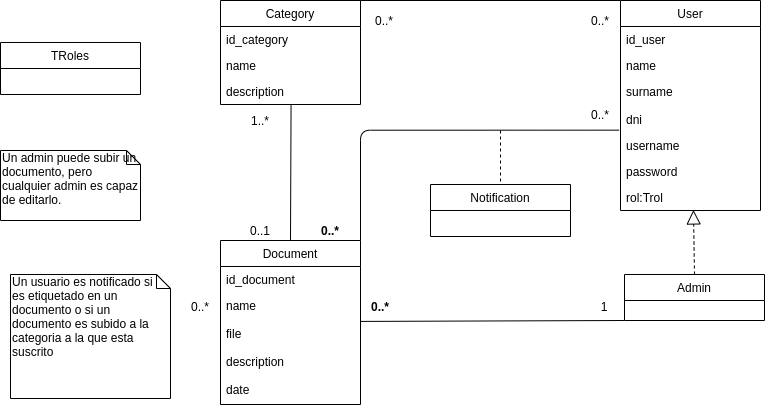
Before: images/Diagrama_clases.png, a diagram exported from draw.io (se-unrc/notifications). Source tidied: cells renumbered, new cells last; positions are measured from the earlier drawing's top-left corner, leaving out a move shared by most shapes.
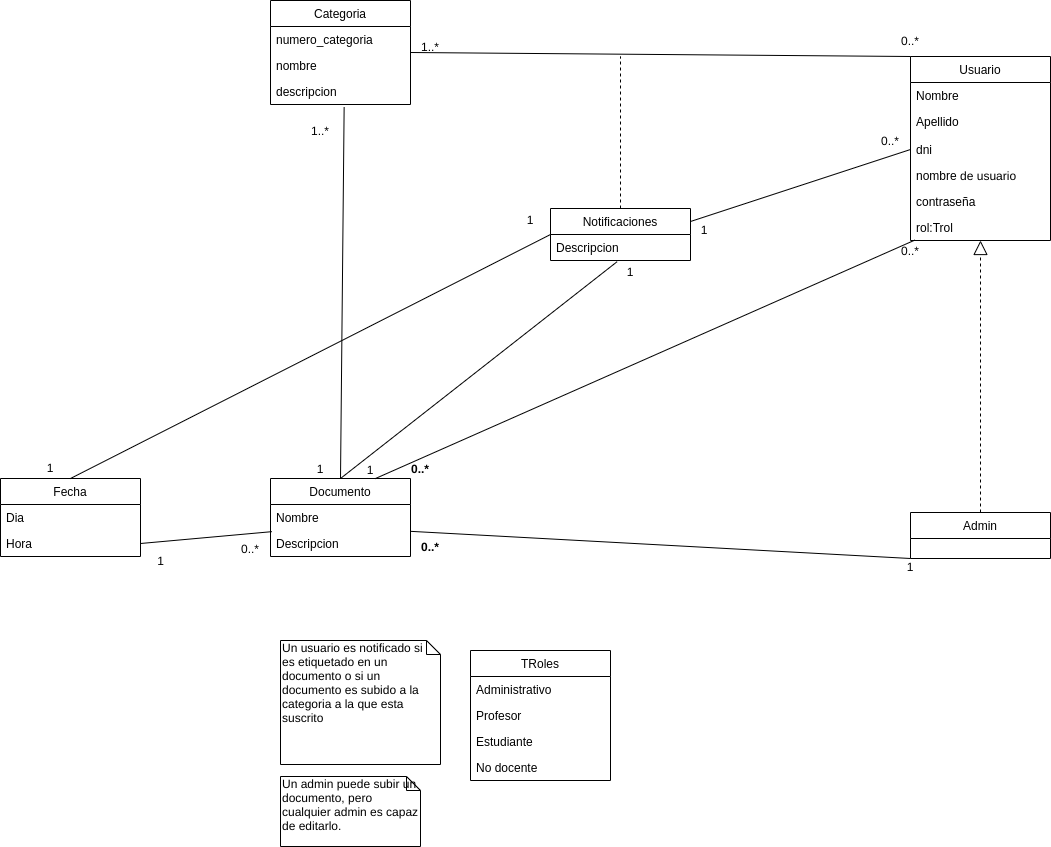
The same diagram one commit later.

What changed in the source:
```diff
@@ -2,128 +2,166 @@
   <root>
     <mxCell id="0" />
     <mxCell id="1" parent="0" />
-    <mxCell id="2" value="Document" style="swimlane;fontStyle=0;horizontal=1;startSize=26;fillColor=none;" parent="1" vertex="1">
-      <mxGeometry x="220" y="240" width="140" height="164" as="geometry" />
-    </mxCell>
-    <mxCell id="3" value="id_document" style="text;strokeColor=none;fillColor=none;align=left;verticalAlign=top;spacingLeft=4;spacingRight=4;overflow=hidden;points=[[0,0.5],[1,0.5]];portConstraint=eastwest;" parent="2" vertex="1">
-      <mxGeometry y="26" width="140" height="26" as="geometry" />
-    </mxCell>
-    <mxCell id="4" value="name" style="text;strokeColor=none;fillColor=none;align=left;verticalAlign=top;spacingLeft=4;spacingRight=4;overflow=hidden;points=[[0,0.5],[1,0.5]];portConstraint=eastwest;" parent="2" vertex="1">
-      <mxGeometry y="52" width="140" height="28" as="geometry" />
-    </mxCell>
-    <mxCell id="5" value="file" style="text;strokeColor=none;fillColor=none;align=left;verticalAlign=top;spacingLeft=4;spacingRight=4;overflow=hidden;" parent="2" vertex="1">
-      <mxGeometry y="80" width="140" height="28" as="geometry" />
-    </mxCell>
-    <mxCell id="6" value="description" style="text;strokeColor=none;fillColor=none;align=left;verticalAlign=top;spacingLeft=4;spacingRight=4;overflow=hidden;" parent="2" vertex="1">
-      <mxGeometry y="108" width="140" height="28" as="geometry" />
-    </mxCell>
-    <mxCell id="7" value="date" style="text;strokeColor=none;fillColor=none;align=left;verticalAlign=top;spacingLeft=4;spacingRight=4;overflow=hidden;" parent="2" vertex="1">
-      <mxGeometry y="136" width="140" height="28" as="geometry" />
-    </mxCell>
-    <mxCell id="8" value="Category" style="swimlane;fontStyle=0;horizontal=1;startSize=26;fillColor=none;" parent="1" vertex="1">
-      <mxGeometry x="220" width="140" height="104" as="geometry" />
-    </mxCell>
-    <mxCell id="9" value="id_category&#10;" style="text;strokeColor=none;fillColor=none;align=left;verticalAlign=top;spacingLeft=4;spacingRight=4;overflow=hidden;" parent="8" vertex="1">
-      <mxGeometry y="26" width="140" height="26" as="geometry" />
-    </mxCell>
-    <mxCell id="10" value="name" style="text;strokeColor=none;fillColor=none;align=left;verticalAlign=top;spacingLeft=4;spacingRight=4;overflow=hidden;" parent="8" vertex="1">
-      <mxGeometry y="52" width="140" height="26" as="geometry" />
-    </mxCell>
-    <mxCell id="11" value="description" style="text;strokeColor=none;fillColor=none;align=left;verticalAlign=top;spacingLeft=4;spacingRight=4;overflow=hidden;points=[[0,0.5],[1,0.5]];portConstraint=eastwest;" parent="8" vertex="1">
-      <mxGeometry y="78" width="140" height="26" as="geometry" />
-    </mxCell>
+    <mxCell id="40" style="endArrow=none;html=1;exitX=0.5;exitY=0;exitDx=0;exitDy=0;entryX=0;entryY=0.5;entryDx=0;entryDy=0;" parent="1" edge="1" source="50" target="57">
+      <mxGeometry relative="1" as="geometry" />
+    </mxCell>
-    <mxCell id="12" style="endArrow=none;html=1;exitX=0.5;exitY=0;exitDx=0;exitDy=0;entryX=0.504;entryY=1.039;entryDx=0;entryDy=0;entryPerimeter=0;" parent="1" edge="1" source="2">
-      <mxGeometry relative="1" as="geometry">
-        <mxPoint x="290.6" y="105" as="targetPoint" />
-      </mxGeometry>
+    <mxCell id="12" style="endArrow=none;html=1;exitX=0.5;exitY=0;exitDx=0;exitDy=0;entryX=0.526;entryY=1.098;entryDx=0;entryDy=0;entryPerimeter=0;" parent="1" edge="1" source="2" target="11">
+      <mxGeometry relative="1" as="geometry" />
     </mxCell>
-    <mxCell id="13" style="endArrow=none;html=1;entryX=0;entryY=0;entryDx=0;entryDy=0;exitX=1;exitY=0;exitDx=0;exitDy=0;" parent="1" edge="1" source="8" target="14">
+    <mxCell id="13" style="endArrow=none;html=1;entryX=0;entryY=0;entryDx=0;entryDy=0;exitX=1;exitY=0.5;exitDx=0;exitDy=0;" parent="1" edge="1" source="8" target="14">
       <mxGeometry relative="1" as="geometry" />
     </mxCell>
-    <mxCell id="14" value="User" style="swimlane;fontStyle=0;horizontal=1;startSize=26;fillColor=none;" parent="1" vertex="1">
-      <mxGeometry x="620" width="140" height="210" as="geometry" />
-    </mxCell>
-    <mxCell id="15" value="id_user" style="text;strokeColor=none;fillColor=none;align=left;verticalAlign=top;spacingLeft=4;spacingRight=4;overflow=hidden;" parent="14" vertex="1">
-      <mxGeometry y="26" width="140" height="26" as="geometry" />
-    </mxCell>
-    <mxCell id="16" value="name" style="text;strokeColor=none;fillColor=none;align=left;verticalAlign=top;spacingLeft=4;spacingRight=4;overflow=hidden;" parent="14" vertex="1">
-      <mxGeometry y="52" width="140" height="26" as="geometry" />
-    </mxCell>
-    <mxCell id="17" value="surname" style="text;strokeColor=none;fillColor=none;align=left;verticalAlign=top;spacingLeft=4;spacingRight=4;overflow=hidden;" parent="14" vertex="1">
-      <mxGeometry y="78" width="140" height="28" as="geometry" />
-    </mxCell>
-    <mxCell id="18" value="dni" style="text;strokeColor=none;fillColor=none;align=left;verticalAlign=top;spacingLeft=4;spacingRight=4;overflow=hidden;points=[[0,0.5],[1,0.5]];portConstraint=eastwest;" parent="14" vertex="1">
-      <mxGeometry y="106" width="140" height="26" as="geometry" />
-    </mxCell>
-    <mxCell id="19" value="username" style="text;strokeColor=none;fillColor=none;align=left;verticalAlign=top;spacingLeft=4;spacingRight=4;overflow=hidden;points=[[0,0.5],[1,0.5]];portConstraint=eastwest;" parent="14" vertex="1">
-      <mxGeometry y="132" width="140" height="26" as="geometry" />
-    </mxCell>
-    <mxCell id="20" value="password" style="text;strokeColor=none;fillColor=none;align=left;verticalAlign=top;spacingLeft=4;spacingRight=4;overflow=hidden;" parent="14" vertex="1">
-      <mxGeometry y="158" width="140" height="26" as="geometry" />
-    </mxCell>
-    <mxCell id="21" value="rol:Trol" style="text;strokeColor=none;fillColor=none;align=left;verticalAlign=top;spacingLeft=4;spacingRight=4;overflow=hidden;points=[[0,0.5],[1,0.5]];portConstraint=eastwest;" parent="14" vertex="1">
-      <mxGeometry y="184" width="140" height="26" as="geometry" />
-    </mxCell>
     <mxCell id="22" style="endArrow=none;html=1;entryX=1.004;entryY=1.033;entryDx=0;entryDy=0;entryPerimeter=0;exitX=0;exitY=1;exitDx=0;exitDy=0;" parent="1" edge="1" source="36" target="4">
       <mxGeometry relative="1" as="geometry" />
     </mxCell>
+    <mxCell id="41" style="endArrow=none;html=1;entryX=0.031;entryY=0.985;entryDx=0;entryDy=0;exitX=0.75;exitY=0;exitDx=0;exitDy=0;entryPerimeter=0;" parent="1" edge="1" source="2" target="21">
+      <mxGeometry relative="1" as="geometry" />
+    </mxCell>
-    <mxCell id="23" style="endArrow=block;dashed=1;endFill=0;endSize=12;html=1;entryX=0.521;entryY=0.98;entryDx=0;entryDy=0;entryPerimeter=0;exitX=0.5;exitY=0;exitDx=0;exitDy=0;" parent="1" edge="1" source="36" target="21">
+    <mxCell id="23" style="endArrow=block;dashed=1;endFill=0;endSize=12;html=1;exitX=0.5;exitY=0;exitDx=0;exitDy=0;" parent="1" edge="1" source="36" target="21">
       <mxGeometry relative="1" as="geometry" />
     </mxCell>
-    <mxCell id="24" style="endArrow=none;dashed=1;html=1;entryX=0.5;entryY=0;entryDx=0;entryDy=0;" parent="1" edge="1" target="38">
-      <mxGeometry relative="1" as="geometry">
-        <mxPoint x="500" y="130" as="sourcePoint" />
-      </mxGeometry>
-    </mxCell>
+    <mxCell id="42" style="endArrow=none;html=1;entryX=1;entryY=0.5;entryDx=0;entryDy=0;exitX=0.009;exitY=0.045;exitDx=0;exitDy=0;exitPerimeter=0;" parent="1" edge="1" source="3" target="52">
+      <mxGeometry relative="1" as="geometry" />
+    </mxCell>
     <mxCell id="25" value="0..*" style="text;html=1;strokeColor=none;fillColor=none;align=center;verticalAlign=middle;whiteSpace=wrap;rounded=0;" parent="1" vertex="1">
-      <mxGeometry x="180" y="296" width="40" height="20" as="geometry" />
+      <mxGeometry x="-50" y="298" width="40" height="20" as="geometry" />
     </mxCell>
-    <mxCell id="26" value="0..1" style="text;html=1;strokeColor=none;fillColor=none;align=center;verticalAlign=middle;whiteSpace=wrap;rounded=0;" parent="1" vertex="1">
-      <mxGeometry x="240" y="220" width="40" height="20" as="geometry" />
+    <mxCell id="26" value="1" style="text;html=1;strokeColor=none;fillColor=none;align=center;verticalAlign=middle;whiteSpace=wrap;rounded=0;" parent="1" vertex="1">
+      <mxGeometry x="20" y="218" width="40" height="20" as="geometry" />
     </mxCell>
     <mxCell id="27" value="1..*" style="text;html=1;strokeColor=none;fillColor=none;align=center;verticalAlign=middle;whiteSpace=wrap;rounded=0;" parent="1" vertex="1">
-      <mxGeometry x="240" y="110" width="40" height="20" as="geometry" />
+      <mxGeometry x="20" y="-120" width="40" height="20" as="geometry" />
     </mxCell>
     <mxCell id="28" value="0..*" style="text;html=1;strokeColor=none;fillColor=none;align=center;verticalAlign=middle;whiteSpace=wrap;rounded=0;fontStyle=1;" parent="1" vertex="1">
-      <mxGeometry x="310" y="220" width="40" height="20" as="geometry" />
+      <mxGeometry x="120" y="218" width="40" height="20" as="geometry" />
     </mxCell>
     <mxCell id="29" value="0..*" style="text;html=1;strokeColor=none;fillColor=none;align=center;verticalAlign=middle;whiteSpace=wrap;rounded=0;" parent="1" vertex="1">
-      <mxGeometry x="580" y="104" width="40" height="20" as="geometry" />
+      <mxGeometry x="610" width="40" height="20" as="geometry" />
     </mxCell>
     <mxCell id="30" value="1" style="text;html=1;strokeColor=none;fillColor=none;align=center;verticalAlign=middle;whiteSpace=wrap;rounded=0;" parent="1" vertex="1">
-      <mxGeometry x="584" y="296" width="40" height="20" as="geometry" />
+      <mxGeometry x="610" y="316" width="40" height="20" as="geometry" />
     </mxCell>
-    <mxCell id="31" value="0..*" style="text;html=1;strokeColor=none;fillColor=none;align=center;verticalAlign=middle;whiteSpace=wrap;rounded=0;" parent="1" vertex="1">
-      <mxGeometry x="364" y="10" width="40" height="20" as="geometry" />
+    <mxCell id="31" value="1..*" style="text;html=1;strokeColor=none;fillColor=none;align=center;verticalAlign=middle;whiteSpace=wrap;rounded=0;" parent="1" vertex="1">
+      <mxGeometry x="130" y="-204" width="40" height="20" as="geometry" />
     </mxCell>
     <mxCell id="32" value="0..*" style="text;html=1;strokeColor=none;fillColor=none;align=center;verticalAlign=middle;whiteSpace=wrap;rounded=0;" parent="1" vertex="1">
-      <mxGeometry x="580" y="10" width="40" height="20" as="geometry" />
+      <mxGeometry x="610" y="-210" width="40" height="20" as="geometry" />
     </mxCell>
     <mxCell id="33" value="Un usuario es notificado si&amp;nbsp; es etiquetado en un documento o si un documento es subido a la categoria a la que esta suscrito" style="shape=note;whiteSpace=wrap;html=1;size=14;verticalAlign=top;align=left;spacingTop=-6;" parent="1" vertex="1">
-      <mxGeometry x="10" y="274" width="160" height="124" as="geometry" />
+      <mxGeometry y="400" width="160" height="124" as="geometry" />
     </mxCell>
     <mxCell id="34" value="Un admin puede subir un documento, pero cualquier admin es capaz de editarlo." style="shape=note;whiteSpace=wrap;html=1;size=14;verticalAlign=top;align=left;spacingTop=-6;" parent="1" vertex="1">
-      <mxGeometry y="150" width="140" height="70" as="geometry" />
+      <mxGeometry y="536" width="140" height="70" as="geometry" />
     </mxCell>
     <mxCell id="35" value="0..*" style="text;html=1;strokeColor=none;fillColor=none;align=center;verticalAlign=middle;whiteSpace=wrap;rounded=0;fontStyle=1;" parent="1" vertex="1">
-      <mxGeometry x="360" y="296" width="40" height="20" as="geometry" />
+      <mxGeometry x="130" y="296" width="40" height="20" as="geometry" />
     </mxCell>
+    <mxCell id="39" value="TRoles" style="swimlane;fontStyle=0;horizontal=1;startSize=26;fillColor=none;" parent="1" vertex="1">
+      <mxGeometry x="190" y="410" width="140" height="130" as="geometry" />
+    </mxCell>
+    <mxCell id="43" value="Administrativo" style="text;strokeColor=none;fillColor=none;align=left;verticalAlign=top;spacingLeft=4;spacingRight=4;overflow=hidden;" parent="39" vertex="1">
+      <mxGeometry y="26" width="140" height="26" as="geometry" />
+    </mxCell>
+    <mxCell id="44" value="Profesor" style="text;strokeColor=none;fillColor=none;align=left;verticalAlign=top;spacingLeft=4;spacingRight=4;overflow=hidden;" parent="39" vertex="1">
+      <mxGeometry y="52" width="140" height="26" as="geometry" />
+    </mxCell>
+    <mxCell id="45" value="Estudiante" style="text;strokeColor=none;fillColor=none;align=left;verticalAlign=top;spacingLeft=4;spacingRight=4;overflow=hidden;" parent="39" vertex="1">
+      <mxGeometry y="78" width="140" height="26" as="geometry" />
+    </mxCell>
+    <mxCell id="46" value="No docente" style="text;strokeColor=none;fillColor=none;align=left;verticalAlign=top;spacingLeft=4;spacingRight=4;overflow=hidden;" parent="39" vertex="1">
+      <mxGeometry y="104" width="140" height="26" as="geometry" />
+    </mxCell>
+    <mxCell id="14" value="Usuario" style="swimlane;fontStyle=0;horizontal=1;startSize=26;fillColor=none;" parent="1" vertex="1">
+      <mxGeometry x="630" y="-184" width="140" height="184" as="geometry" />
+    </mxCell>
+    <mxCell id="16" value="Nombre" style="text;strokeColor=none;fillColor=none;align=left;verticalAlign=top;spacingLeft=4;spacingRight=4;overflow=hidden;" parent="14" vertex="1">
+      <mxGeometry y="26" width="140" height="26" as="geometry" />
+    </mxCell>
+    <mxCell id="17" value="Apellido" style="text;strokeColor=none;fillColor=none;align=left;verticalAlign=top;spacingLeft=4;spacingRight=4;overflow=hidden;" parent="14" vertex="1">
+      <mxGeometry y="52" width="140" height="28" as="geometry" />
+    </mxCell>
+    <mxCell id="18" value="dni" style="text;strokeColor=none;fillColor=none;align=left;verticalAlign=top;spacingLeft=4;spacingRight=4;overflow=hidden;points=[[0,0.5],[1,0.5]];portConstraint=eastwest;" parent="14" vertex="1">
+      <mxGeometry y="80" width="140" height="26" as="geometry" />
+    </mxCell>
+    <mxCell id="19" value="nombre de usuario" style="text;strokeColor=none;fillColor=none;align=left;verticalAlign=top;spacingLeft=4;spacingRight=4;overflow=hidden;points=[[0,0.5],[1,0.5]];portConstraint=eastwest;" parent="14" vertex="1">
+      <mxGeometry y="106" width="140" height="26" as="geometry" />
+    </mxCell>
+    <mxCell id="20" value="contraseña" style="text;strokeColor=none;fillColor=none;align=left;verticalAlign=top;spacingLeft=4;spacingRight=4;overflow=hidden;" parent="14" vertex="1">
+      <mxGeometry y="132" width="140" height="26" as="geometry" />
+    </mxCell>
+    <mxCell id="21" value="rol:Trol" style="text;strokeColor=none;fillColor=none;align=left;verticalAlign=top;spacingLeft=4;spacingRight=4;overflow=hidden;points=[[0,0.5],[1,0.5]];portConstraint=eastwest;" parent="14" vertex="1">
+      <mxGeometry y="158" width="140" height="26" as="geometry" />
+    </mxCell>
     <mxCell id="36" value="Admin" style="swimlane;fontStyle=0;horizontal=1;startSize=26;fillColor=none;" parent="1" vertex="1">
-      <mxGeometry x="624" y="274" width="140" height="46" as="geometry" />
+      <mxGeometry x="630" y="272" width="140" height="46" as="geometry" />
     </mxCell>
-    <mxCell id="37" style="endArrow=none;html=1;edgeStyle=orthogonalEdgeStyle;exitX=1;exitY=0;exitDx=0;exitDy=0;entryX=-0.01;entryY=-0.09;entryDx=0;entryDy=0;entryPerimeter=0;" parent="1" edge="1" source="2" target="19">
-      <mxGeometry relative="1" as="geometry">
-        <Array as="points">
-          <mxPoint x="360" y="130" />
-          <mxPoint x="619" y="130" />
-        </Array>
-      </mxGeometry>
-    </mxCell>
-    <mxCell id="38" value="Notification" style="swimlane;fontStyle=0;horizontal=1;startSize=26;fillColor=none;" parent="1" vertex="1">
-      <mxGeometry x="430" y="184" width="140" height="52" as="geometry" />
-    </mxCell>
-    <mxCell id="39" value="TRoles" style="swimlane;fontStyle=0;horizontal=1;startSize=26;fillColor=none;" parent="1" vertex="1">
-      <mxGeometry y="42" width="140" height="52" as="geometry" />
-    </mxCell>
+    <mxCell id="2" value="Documento" style="swimlane;fontStyle=0;horizontal=1;startSize=26;fillColor=none;" parent="1" vertex="1">
+      <mxGeometry x="-10" y="238" width="140" height="78" as="geometry" />
+    </mxCell>
+    <mxCell id="4" value="Nombre" style="text;strokeColor=none;fillColor=none;align=left;verticalAlign=top;spacingLeft=4;spacingRight=4;overflow=hidden;points=[[0,0.5],[1,0.5]];portConstraint=eastwest;" parent="2" vertex="1">
+      <mxGeometry y="26" width="140" height="26" as="geometry" />
+    </mxCell>
+    <mxCell id="3" value="Descripcion" style="text;strokeColor=none;fillColor=none;align=left;verticalAlign=top;spacingLeft=4;spacingRight=4;overflow=hidden;points=[[0,0.5],[1,0.5]];portConstraint=eastwest;" parent="2" vertex="1">
+      <mxGeometry y="52" width="140" height="26" as="geometry" />
+    </mxCell>
+    <mxCell id="8" value="Categoria" style="swimlane;fontStyle=0;horizontal=1;startSize=26;fillColor=none;" parent="1" vertex="1">
+      <mxGeometry x="-10" y="-240" width="140" height="104" as="geometry" />
+    </mxCell>
+    <mxCell id="9" value="numero_categoria" style="text;strokeColor=none;fillColor=none;align=left;verticalAlign=top;spacingLeft=4;spacingRight=4;overflow=hidden;" parent="8" vertex="1">
+      <mxGeometry y="26" width="140" height="26" as="geometry" />
+    </mxCell>
+    <mxCell id="10" value="nombre" style="text;strokeColor=none;fillColor=none;align=left;verticalAlign=top;spacingLeft=4;spacingRight=4;overflow=hidden;" parent="8" vertex="1">
+      <mxGeometry y="52" width="140" height="26" as="geometry" />
+    </mxCell>
+    <mxCell id="11" value="descripcion" style="text;strokeColor=none;fillColor=none;align=left;verticalAlign=top;spacingLeft=4;spacingRight=4;overflow=hidden;points=[[0,0.5],[1,0.5]];portConstraint=eastwest;" parent="8" vertex="1">
+      <mxGeometry y="78" width="140" height="26" as="geometry" />
+    </mxCell>
+    <mxCell id="47" style="endArrow=none;html=1;exitX=0.5;exitY=0;exitDx=0;exitDy=0;entryX=0.476;entryY=1.045;entryDx=0;entryDy=0;entryPerimeter=0;" parent="1" edge="1" source="2" target="58">
+      <mxGeometry relative="1" as="geometry" />
+    </mxCell>
+    <mxCell id="48" style="endArrow=none;html=1;exitX=0;exitY=0.5;exitDx=0;exitDy=0;entryX=1;entryY=0.25;entryDx=0;entryDy=0;" parent="1" edge="1" source="18" target="57">
+      <mxGeometry relative="1" as="geometry" />
+    </mxCell>
+    <mxCell id="49" value="1" style="text;html=1;strokeColor=none;fillColor=none;align=center;verticalAlign=middle;whiteSpace=wrap;rounded=0;" parent="1" vertex="1">
+      <mxGeometry x="-250" y="216" width="40" height="22" as="geometry" />
+    </mxCell>
+    <mxCell id="50" value="Fecha" style="swimlane;fontStyle=0;horizontal=1;startSize=26;fillColor=none;" parent="1" vertex="1">
+      <mxGeometry x="-280" y="238" width="140" height="78" as="geometry" />
+    </mxCell>
+    <mxCell id="51" value="Dia" style="text;strokeColor=none;fillColor=none;align=left;verticalAlign=top;spacingLeft=4;spacingRight=4;overflow=hidden;" parent="50" vertex="1">
+      <mxGeometry y="26" width="140" height="26" as="geometry" />
+    </mxCell>
+    <mxCell id="52" value="Hora" style="text;strokeColor=none;fillColor=none;align=left;verticalAlign=top;spacingLeft=4;spacingRight=4;overflow=hidden;points=[[0,0.5],[1,0.5]];portConstraint=eastwest;" parent="50" vertex="1">
+      <mxGeometry y="52" width="140" height="26" as="geometry" />
+    </mxCell>
+    <mxCell id="53" value="1" style="text;html=1;strokeColor=none;fillColor=none;align=center;verticalAlign=middle;whiteSpace=wrap;rounded=0;" parent="1" vertex="1">
+      <mxGeometry x="330" y="20" width="40" height="22" as="geometry" />
+    </mxCell>
+    <mxCell id="54" value="1" style="text;html=1;strokeColor=none;fillColor=none;align=center;verticalAlign=middle;whiteSpace=wrap;rounded=0;" parent="1" vertex="1">
+      <mxGeometry x="230" y="-32" width="40" height="22" as="geometry" />
+    </mxCell>
+    <mxCell id="55" value="1" style="text;html=1;strokeColor=none;fillColor=none;align=center;verticalAlign=middle;whiteSpace=wrap;rounded=0;" parent="1" vertex="1">
+      <mxGeometry x="70" y="218" width="40" height="22" as="geometry" />
+    </mxCell>
+    <mxCell id="56" style="endArrow=none;dashed=1;html=1;exitX=0.5;exitY=0;exitDx=0;exitDy=0;" parent="1" edge="1" source="57">
+      <mxGeometry relative="1" as="geometry">
+        <mxPoint x="340" y="-184" as="targetPoint" />
+      </mxGeometry>
+    </mxCell>
+    <mxCell id="57" value="Notificaciones" style="swimlane;fontStyle=0;horizontal=1;startSize=26;fillColor=none;" parent="1" vertex="1">
+      <mxGeometry x="270" y="-32" width="140" height="52" as="geometry" />
+    </mxCell>
+    <mxCell id="58" value="Descripcion" style="text;strokeColor=none;fillColor=none;align=left;verticalAlign=top;spacingLeft=4;spacingRight=4;overflow=hidden;points=[[0,0.5],[1,0.5]];portConstraint=eastwest;" parent="57" vertex="1">
+      <mxGeometry y="26" width="140" height="26" as="geometry" />
+    </mxCell>
+    <mxCell id="59" value="1" style="text;html=1;strokeColor=none;fillColor=none;align=center;verticalAlign=middle;whiteSpace=wrap;rounded=0;" parent="1" vertex="1">
+      <mxGeometry x="404" y="-22" width="40" height="22" as="geometry" />
+    </mxCell>
+    <mxCell id="60" value="0..*" style="text;html=1;strokeColor=none;fillColor=none;align=center;verticalAlign=middle;whiteSpace=wrap;rounded=0;" parent="1" vertex="1">
+      <mxGeometry x="590" y="-110" width="40" height="20" as="geometry" />
+    </mxCell>
+    <mxCell id="61" value="1" style="text;html=1;align=center;verticalAlign=middle;" parent="1" vertex="1">
+      <mxGeometry x="-130" y="310" width="20" height="20" as="geometry" />
+    </mxCell>
   </root>
 </mxGraphModel>
```
